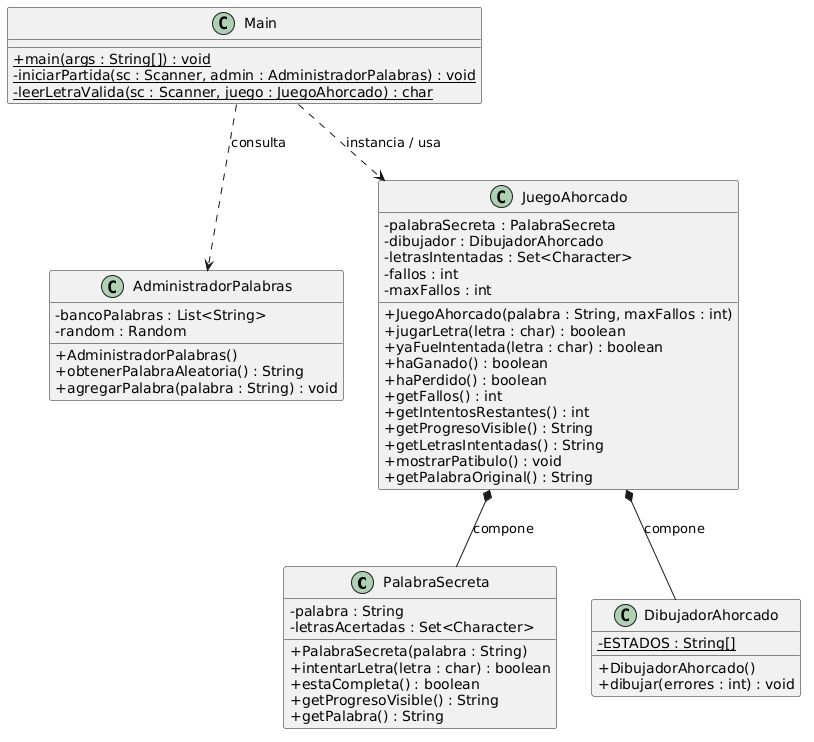
Earlier version of the PlantUML export examenes/microevaluacion3/docs/img/diagrama-clase.png (QuelaliUcatec/programacion-avanzada).
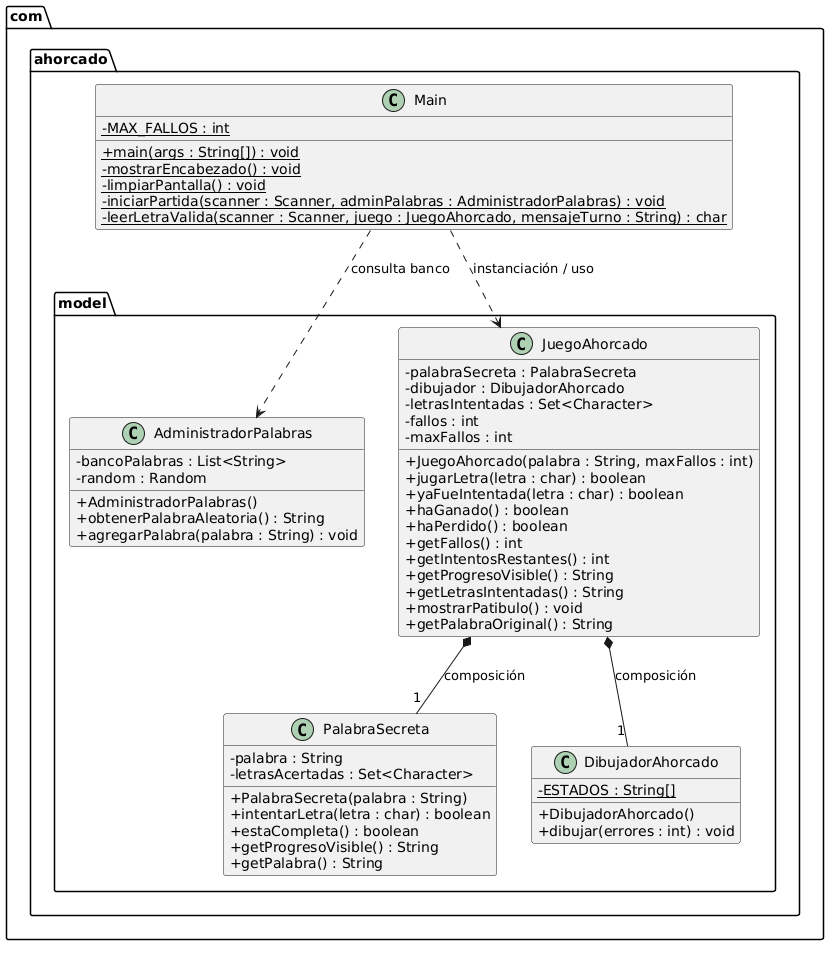
The same file after the commit.

Commit message:
diagramas nuevos - Alin Anabi

The edit, as a diff of the source:
```diff
@@ -1,57 +1,69 @@
 @startuml
 skinparam classAttributeIconSize 0
+skinparam monochrome false
+skinparam shadowing false
+skinparam defaultFontName Arial
 
-class PalabraSecreta {
-    - palabra : String
-    - letrasAcertadas : Set<Character>
-    + PalabraSecreta(palabra : String)
-    + intentarLetra(letra : char) : boolean
-    + estaCompleta() : boolean
-    + getProgresoVisible() : String
-    + getPalabra() : String
+package "com.ahorcado.model" {
+
+    class PalabraSecreta {
+        - palabra : String
+        - letrasAcertadas : Set<Character>
+        + PalabraSecreta(palabra : String)
+        + intentarLetra(letra : char) : boolean
+        + estaCompleta() : boolean
+        + getProgresoVisible() : String
+        + getPalabra() : String
+    }
+
+    class DibujadorAhorcado {
+        - {static} ESTADOS : String[]
+        + DibujadorAhorcado()
+        + dibujar(errores : int) : void
+    }
+
+    class AdministradorPalabras {
+        - bancoPalabras : List<String>
+        - random : Random
+        + AdministradorPalabras()
+        + obtenerPalabraAleatoria() : String
+        + agregarPalabra(palabra : String) : void
+    }
+
+    class JuegoAhorcado {
+        - palabraSecreta : PalabraSecreta
+        - dibujador : DibujadorAhorcado
+        - letrasIntentadas : Set<Character>
+        - fallos : int
+        - maxFallos : int
+        + JuegoAhorcado(palabra : String, maxFallos : int)
+        + jugarLetra(letra : char) : boolean
+        + yaFueIntentada(letra : char) : boolean
+        + haGanado() : boolean
+        + haPerdido() : boolean
+        + getFallos() : int
+        + getIntentosRestantes() : int
+        + getProgresoVisible() : String
+        + getLetrasIntentadas() : String
+        + mostrarPatibulo() : void
+        + getPalabraOriginal() : String
+    }
 }
 
-class DibujadorAhorcado {
-    - {static} ESTADOS : String[]
-    + DibujadorAhorcado()
-    + dibujar(errores : int) : void
+package "com.ahorcado" {
+
+    class Main {
+        - {static} MAX_FALLOS : int
+        + {static} main(args : String[]) : void
+        - {static} mostrarEncabezado() : void
+        - {static} limpiarPantalla() : void
+        - {static} iniciarPartida(scanner : Scanner, adminPalabras : AdministradorPalabras) : void
+        - {static} leerLetraValida(scanner : Scanner, juego : JuegoAhorcado, mensajeTurno : String) : char
+    }
 }
 
-class AdministradorPalabras {
-    - bancoPalabras : List<String>
-    - random : Random
-    + AdministradorPalabras()
-    + obtenerPalabraAleatoria() : String
-    + agregarPalabra(palabra : String) : void
-}
-
-class JuegoAhorcado {
-    - palabraSecreta : PalabraSecreta
-    - dibujador : DibujadorAhorcado
-    - letrasIntentadas : Set<Character>
-    - fallos : int
-    - maxFallos : int
-    + JuegoAhorcado(palabra : String, maxFallos : int)
-    + jugarLetra(letra : char) : boolean
-    + yaFueIntentada(letra : char) : boolean
-    + haGanado() : boolean
-    + haPerdido() : boolean
-    + getFallos() : int
-    + getIntentosRestantes() : int
-    + getProgresoVisible() : String
-    + getLetrasIntentadas() : String
-    + mostrarPatibulo() : void
-    + getPalabraOriginal() : String
-}
-
-class Main {
-    + {static} main(args : String[]) : void
-    - {static} iniciarPartida(sc : Scanner, admin : AdministradorPalabras) : void
-    - {static} leerLetraValida(sc : Scanner, juego : JuegoAhorcado) : char
-}
-
-JuegoAhorcado *-- PalabraSecreta : compone
-JuegoAhorcado *-- DibujadorAhorcado : compone
-Main ..> JuegoAhorcado : instancia / usa
-Main ..> AdministradorPalabras : consulta
+JuegoAhorcado *-- "1" PalabraSecreta : composición
+JuegoAhorcado *-- "1" DibujadorAhorcado : composición
+Main ..> JuegoAhorcado : instanciación / uso
+Main ..> AdministradorPalabras : consulta banco
 @enduml
```
